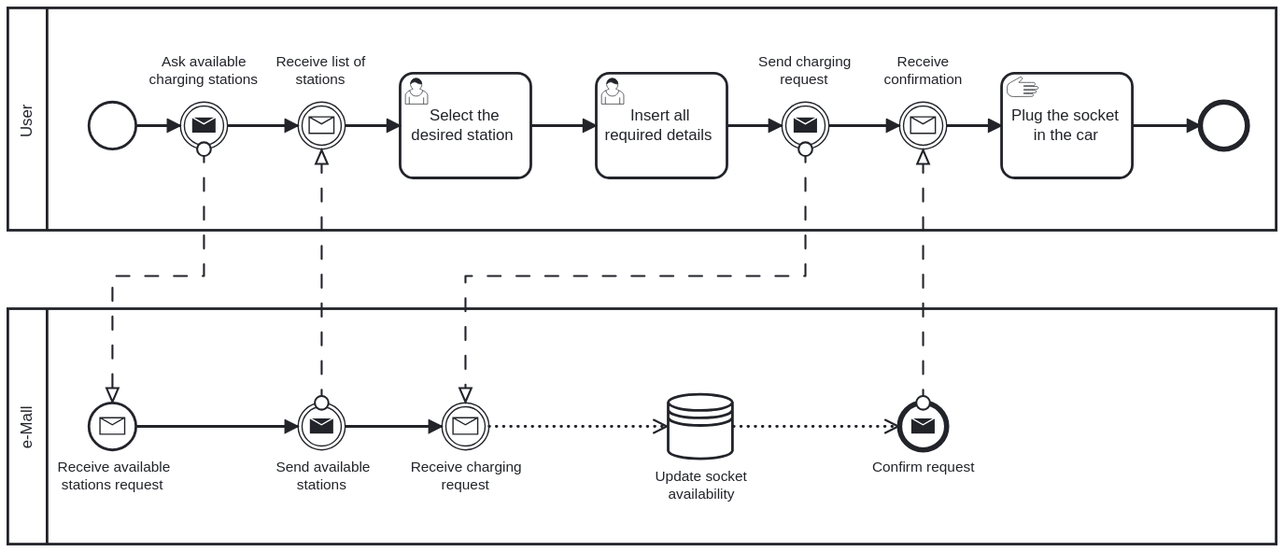
Earlier version of the BPMN export RASD/diagrams/5. charge/bpmn/diagram_charge.svg (claudioarione/SoftwareEngineering). Its source is kept beside it as RASD/diagrams/5. charge/bpmn/diagram_charge.bpmn. Ids are renumbered.
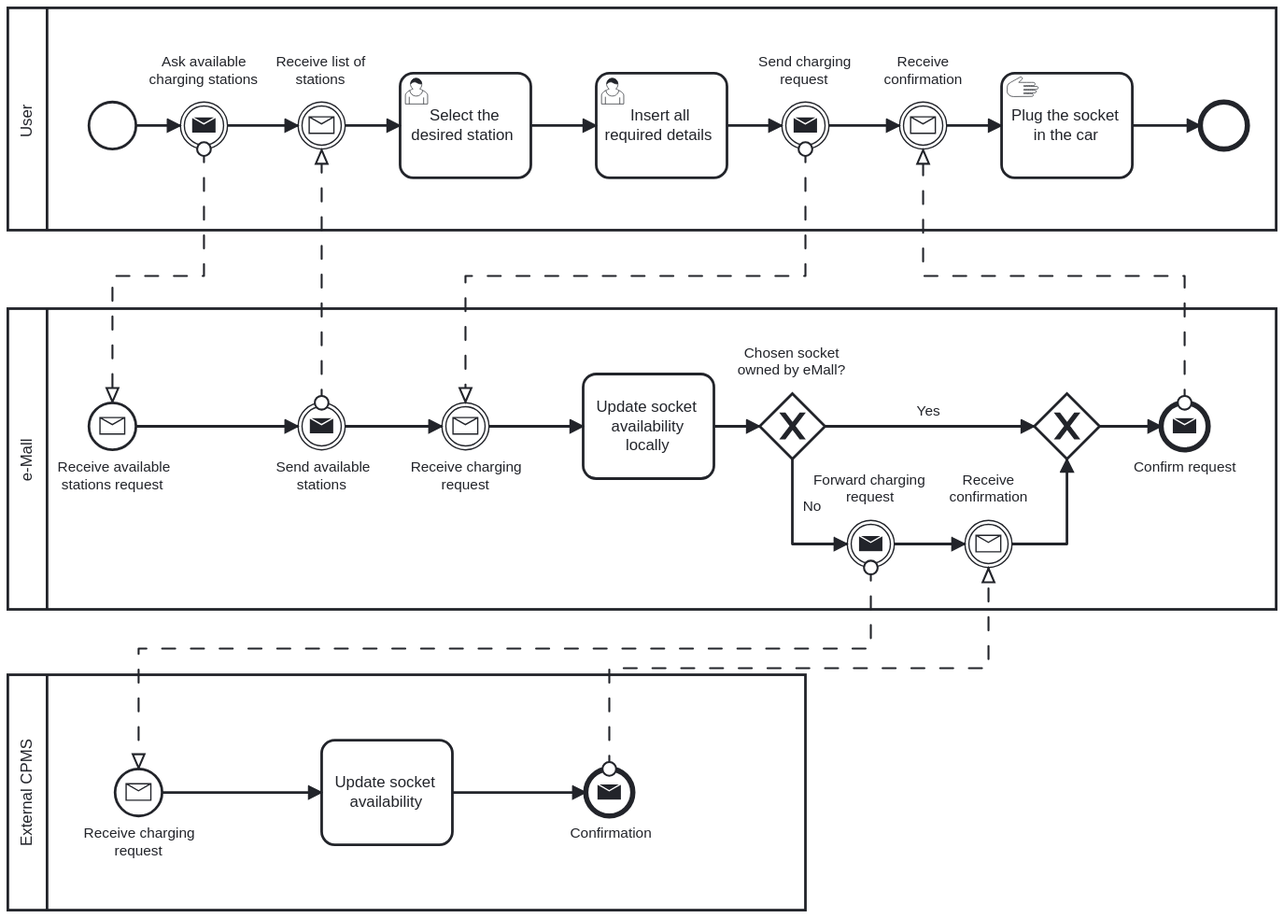
After the change.

Commit message:
Update diagrams of recharge and end charge

Diff of the diagram source:
```diff
@@ -2,10 +2,13 @@
   <bpmn:collaboration id="Collaboration_n2">
     <bpmn:participant id="Participant_n3" name="User" processRef="Process_n4" />
     <bpmn:participant id="Participant_n5" name="e-Mall" processRef="Process_n6" />
+    <bpmn:participant id="Participant_n46" name="External CPMS" processRef="Process_n47" />
     <bpmn:messageFlow id="Flow_n7" sourceRef="Event_n8" targetRef="Event_n9" />
     <bpmn:messageFlow id="Flow_n10" sourceRef="Event_n11" targetRef="Event_n12" />
     <bpmn:messageFlow id="Flow_n13" sourceRef="Event_n14" targetRef="Event_n15" />
     <bpmn:messageFlow id="Flow_n16" sourceRef="Event_n17" targetRef="Event_n18" />
+    <bpmn:messageFlow id="Flow_n48" sourceRef="Event_n49" targetRef="Event_n50" />
+    <bpmn:messageFlow id="Flow_n51" sourceRef="Event_n52" targetRef="Event_n53" />
   </bpmn:collaboration>
   <bpmn:process id="Process_n4" isExecutable="false">
     <bpmn:startEvent id="Event_n19">
@@ -69,20 +72,60 @@
     </bpmn:intermediateThrowEvent>
     <bpmn:intermediateCatchEvent id="Event_n15" name="Receive charging request">
       <bpmn:incoming>Flow_n38</bpmn:incoming>
-      <bpmn:dataOutputAssociation id="DataOutputAssociation_n40">
-        <bpmn:targetRef>DataStoreReference_n41</bpmn:targetRef>
-      </bpmn:dataOutputAssociation>
+      <bpmn:outgoing>Flow_n54</bpmn:outgoing>
       <bpmn:messageEventDefinition id="MessageEventDefinition_n42" />
     </bpmn:intermediateCatchEvent>
+    <bpmn:sequenceFlow id="Flow_n54" sourceRef="Event_n15" targetRef="Activity_n55" />
+    <bpmn:sequenceFlow id="Flow_n56" sourceRef="Activity_n55" targetRef="Gateway_n57" />
+    <bpmn:task id="Activity_n55" name="Update socket availability locally">
+      <bpmn:incoming>Flow_n54</bpmn:incoming>
+      <bpmn:outgoing>Flow_n56</bpmn:outgoing>
+    </bpmn:task>
+    <bpmn:exclusiveGateway id="Gateway_n57" name="Chosen socket owned by eMall?">
+      <bpmn:incoming>Flow_n56</bpmn:incoming>
+      <bpmn:outgoing>Flow_n58</bpmn:outgoing>
+      <bpmn:outgoing>Flow_n59</bpmn:outgoing>
+    </bpmn:exclusiveGateway>
+    <bpmn:sequenceFlow id="Flow_n60" sourceRef="Gateway_n61" targetRef="Event_n17" />
+    <bpmn:intermediateThrowEvent id="Event_n49" name="Forward charging request">
+      <bpmn:incoming>Flow_n58</bpmn:incoming>
+      <bpmn:outgoing>Flow_n62</bpmn:outgoing>
+      <bpmn:messageEventDefinition id="MessageEventDefinition_n63" />
+    </bpmn:intermediateThrowEvent>
+    <bpmn:sequenceFlow id="Flow_n58" name="No" sourceRef="Gateway_n57" targetRef="Event_n49" />
+    <bpmn:sequenceFlow id="Flow_n59" name="Yes" sourceRef="Gateway_n57" targetRef="Gateway_n61" />
+    <bpmn:sequenceFlow id="Flow_n62" sourceRef="Event_n49" targetRef="Event_n53" />
+    <bpmn:sequenceFlow id="Flow_n64" sourceRef="Event_n53" targetRef="Gateway_n61" />
     <bpmn:endEvent id="Event_n17" name="Confirm request">
-      <bpmn:property id="Property_n43" name="__targetRef_placeholder" />
-      <bpmn:dataInputAssociation id="DataInputAssociation_n44">
-        <bpmn:sourceRef>DataStoreReference_n41</bpmn:sourceRef>
-        <bpmn:targetRef>Property_n43</bpmn:targetRef>
-      </bpmn:dataInputAssociation>
+      <bpmn:incoming>Flow_n60</bpmn:incoming>
       <bpmn:messageEventDefinition id="MessageEventDefinition_n45" />
     </bpmn:endEvent>
-    <bpmn:dataStoreReference id="DataStoreReference_n41" name="Update socket availability" />
+    <bpmn:exclusiveGateway id="Gateway_n61">
+      <bpmn:incoming>Flow_n59</bpmn:incoming>
+      <bpmn:incoming>Flow_n64</bpmn:incoming>
+      <bpmn:outgoing>Flow_n60</bpmn:outgoing>
+    </bpmn:exclusiveGateway>
+    <bpmn:intermediateCatchEvent id="Event_n53" name="Receive confirmation">
+      <bpmn:incoming>Flow_n62</bpmn:incoming>
+      <bpmn:outgoing>Flow_n64</bpmn:outgoing>
+      <bpmn:messageEventDefinition id="MessageEventDefinition_n65" />
+    </bpmn:intermediateCatchEvent>
+  </bpmn:process>
+  <bpmn:process id="Process_n47">
+    <bpmn:startEvent id="Event_n50" name="Receive charging request">
+      <bpmn:outgoing>Flow_n66</bpmn:outgoing>
+      <bpmn:messageEventDefinition id="MessageEventDefinition_n67" />
+    </bpmn:startEvent>
+    <bpmn:sequenceFlow id="Flow_n66" sourceRef="Event_n50" targetRef="Activity_n68" />
+    <bpmn:sequenceFlow id="Flow_n69" sourceRef="Activity_n68" targetRef="Event_n52" />
+    <bpmn:endEvent id="Event_n52" name="Confirmation">
+      <bpmn:incoming>Flow_n69</bpmn:incoming>
+      <bpmn:messageEventDefinition id="MessageEventDefinition_n70" />
+    </bpmn:endEvent>
+    <bpmn:task id="Activity_n68" name="Update socket availability">
+      <bpmn:incoming>Flow_n66</bpmn:incoming>
+      <bpmn:outgoing>Flow_n69</bpmn:outgoing>
+    </bpmn:task>
   </bpmn:process>
   <bpmndi:BPMNDiagram id="BPMNDiagram_1">
     <bpmndi:BPMNPlane id="BPMNPlane_1" bpmnElement="Collaboration_n2">
@@ -165,7 +208,7 @@
         <di:waypoint x="1072" y="150" />
       </bpmndi:BPMNEdge>
       <bpmndi:BPMNShape id="Participant_n5_di" bpmnElement="Participant_n5" isHorizontal="true">
-        <dc:Bounds x="160" y="290" width="970" height="180" />
+        <dc:Bounds x="160" y="290" width="970" height="230" />
         <bpmndi:BPMNLabel />
       </bpmndi:BPMNShape>
       <bpmndi:BPMNShape id="Event_n9_di" bpmnElement="Event_n9">
@@ -186,16 +229,35 @@
           <dc:Bounds x="468" y="405" width="85" height="27" />
         </bpmndi:BPMNLabel>
       </bpmndi:BPMNShape>
-      <bpmndi:BPMNShape id="Event_n17_di" bpmnElement="Event_n17">
-        <dc:Bounds x="842" y="362" width="36" height="36" />
+      <bpmndi:BPMNShape id="Activity_n55_di" bpmnElement="Activity_n55">
+        <dc:Bounds x="600" y="340" width="100" height="80" />
+        <bpmndi:BPMNLabel />
+      </bpmndi:BPMNShape>
+      <bpmndi:BPMNShape id="Gateway_n57_di" bpmnElement="Gateway_n57" isMarkerVisible="true">
+        <dc:Bounds x="735" y="355" width="50" height="50" />
         <bpmndi:BPMNLabel>
-          <dc:Bounds x="821" y="405" width="78" height="14" />
+          <dc:Bounds x="718" y="317.5" width="83" height="27" />
         </bpmndi:BPMNLabel>
       </bpmndi:BPMNShape>
-      <bpmndi:BPMNShape id="DataStoreReference_n41_di" bpmnElement="DataStoreReference_n41">
-        <dc:Bounds x="665" y="355" width="50" height="50" />
+      <bpmndi:BPMNShape id="Event_n49_di" bpmnElement="Event_n49">
+        <dc:Bounds x="802" y="452" width="36" height="36" />
         <bpmndi:BPMNLabel>
-          <dc:Bounds x="655" y="412" width="70" height="27" />
+          <dc:Bounds x="776" y="414.5" width="88" height="27" />
+        </bpmndi:BPMNLabel>
+      </bpmndi:BPMNShape>
+      <bpmndi:BPMNShape id="Event_n17_di" bpmnElement="Event_n17">
+        <dc:Bounds x="1042" y="362" width="36" height="36" />
+        <bpmndi:BPMNLabel>
+          <dc:Bounds x="1021" y="405" width="78" height="14" />
+        </bpmndi:BPMNLabel>
+      </bpmndi:BPMNShape>
+      <bpmndi:BPMNShape id="BPMNShape_n71" bpmnElement="Gateway_n61" isMarkerVisible="true">
+        <dc:Bounds x="945" y="355" width="50" height="50" />
+      </bpmndi:BPMNShape>
+      <bpmndi:BPMNShape id="Event_n53_di" bpmnElement="Event_n53">
+        <dc:Bounds x="892" y="452" width="36" height="36" />
+        <bpmndi:BPMNLabel>
+          <dc:Bounds x="880" y="414.5" width="60" height="27" />
         </bpmndi:BPMNLabel>
       </bpmndi:BPMNShape>
       <bpmndi:BPMNEdge id="Flow_n36_di" bpmnElement="Flow_n36">
@@ -205,6 +267,70 @@
       <bpmndi:BPMNEdge id="Flow_n38_di" bpmnElement="Flow_n38">
         <di:waypoint x="418" y="380" />
         <di:waypoint x="492" y="380" />
+      </bpmndi:BPMNEdge>
+      <bpmndi:BPMNEdge id="Flow_n54_di" bpmnElement="Flow_n54">
+        <di:waypoint x="528" y="380" />
+        <di:waypoint x="600" y="380" />
+      </bpmndi:BPMNEdge>
+      <bpmndi:BPMNEdge id="Flow_n56_di" bpmnElement="Flow_n56">
+        <di:waypoint x="700" y="380" />
+        <di:waypoint x="735" y="380" />
+      </bpmndi:BPMNEdge>
+      <bpmndi:BPMNEdge id="Flow_n60_di" bpmnElement="Flow_n60">
+        <di:waypoint x="995" y="380" />
+        <di:waypoint x="1042" y="380" />
+      </bpmndi:BPMNEdge>
+      <bpmndi:BPMNEdge id="Flow_n58_di" bpmnElement="Flow_n58">
+        <di:waypoint x="760" y="405" />
+        <di:waypoint x="760" y="470" />
+        <di:waypoint x="802" y="470" />
+        <bpmndi:BPMNLabel>
+          <dc:Bounds x="768" y="435" width="14" height="14" />
+        </bpmndi:BPMNLabel>
+      </bpmndi:BPMNEdge>
+      <bpmndi:BPMNEdge id="Flow_n59_di" bpmnElement="Flow_n59">
+        <di:waypoint x="785" y="380" />
+        <di:waypoint x="945" y="380" />
+        <bpmndi:BPMNLabel>
+          <dc:Bounds x="855" y="362" width="20" height="14" />
+        </bpmndi:BPMNLabel>
+      </bpmndi:BPMNEdge>
+      <bpmndi:BPMNEdge id="Flow_n62_di" bpmnElement="Flow_n62">
+        <di:waypoint x="838" y="470" />
+        <di:waypoint x="892" y="470" />
+      </bpmndi:BPMNEdge>
+      <bpmndi:BPMNEdge id="Flow_n64_di" bpmnElement="Flow_n64">
+        <di:waypoint x="928" y="470" />
+        <di:waypoint x="970" y="470" />
+        <di:waypoint x="970" y="405" />
+      </bpmndi:BPMNEdge>
+      <bpmndi:BPMNShape id="Participant_n46_di" bpmnElement="Participant_n46" isHorizontal="true">
+        <dc:Bounds x="160" y="570" width="610" height="180" />
+        <bpmndi:BPMNLabel />
+      </bpmndi:BPMNShape>
+      <bpmndi:BPMNShape id="Event_n50_di" bpmnElement="Event_n50">
+        <dc:Bounds x="242" y="642" width="36" height="36" />
+        <bpmndi:BPMNLabel>
+          <dc:Bounds x="218" y="685" width="85" height="27" />
+        </bpmndi:BPMNLabel>
+      </bpmndi:BPMNShape>
+      <bpmndi:BPMNShape id="Event_n52_di" bpmnElement="Event_n52">
+        <dc:Bounds x="602" y="642" width="36" height="36" />
+        <bpmndi:BPMNLabel>
+          <dc:Bounds x="590" y="685" width="61" height="14" />
+        </bpmndi:BPMNLabel>
+      </bpmndi:BPMNShape>
+      <bpmndi:BPMNShape id="Activity_n68_di" bpmnElement="Activity_n68">
+        <dc:Bounds x="400" y="620" width="100" height="80" />
+        <bpmndi:BPMNLabel />
+      </bpmndi:BPMNShape>
+      <bpmndi:BPMNEdge id="Flow_n66_di" bpmnElement="Flow_n66">
+        <di:waypoint x="278" y="660" />
+        <di:waypoint x="400" y="660" />
+      </bpmndi:BPMNEdge>
+      <bpmndi:BPMNEdge id="Flow_n69_di" bpmnElement="Flow_n69">
+        <di:waypoint x="500" y="660" />
+        <di:waypoint x="602" y="660" />
       </bpmndi:BPMNEdge>
       <bpmndi:BPMNEdge id="Flow_n7_di" bpmnElement="Flow_n7">
         <di:waypoint x="310" y="168" />
@@ -223,16 +349,22 @@
         <di:waypoint x="510" y="362" />
       </bpmndi:BPMNEdge>
       <bpmndi:BPMNEdge id="Flow_n16_di" bpmnElement="Flow_n16">
-        <di:waypoint x="860" y="362" />
+        <di:waypoint x="1060" y="362" />
+        <di:waypoint x="1060" y="265" />
+        <di:waypoint x="860" y="265" />
         <di:waypoint x="860" y="168" />
       </bpmndi:BPMNEdge>
-      <bpmndi:BPMNEdge id="DataOutputAssociation_n40_di" bpmnElement="DataOutputAssociation_n40">
-        <di:waypoint x="528" y="380" />
-        <di:waypoint x="665" y="380" />
+      <bpmndi:BPMNEdge id="Flow_n48_di" bpmnElement="Flow_n48">
+        <di:waypoint x="820" y="488" />
+        <di:waypoint x="820" y="550" />
+        <di:waypoint x="260" y="550" />
+        <di:waypoint x="260" y="642" />
       </bpmndi:BPMNEdge>
-      <bpmndi:BPMNEdge id="DataInputAssociation_n44_di" bpmnElement="DataInputAssociation_n44">
-        <di:waypoint x="715" y="380" />
-        <di:waypoint x="842" y="380" />
+      <bpmndi:BPMNEdge id="Flow_n51_di" bpmnElement="Flow_n51">
+        <di:waypoint x="620" y="642" />
+        <di:waypoint x="620" y="565" />
+        <di:waypoint x="910" y="565" />
+        <di:waypoint x="910" y="488" />
       </bpmndi:BPMNEdge>
     </bpmndi:BPMNPlane>
   </bpmndi:BPMNDiagram>
```
